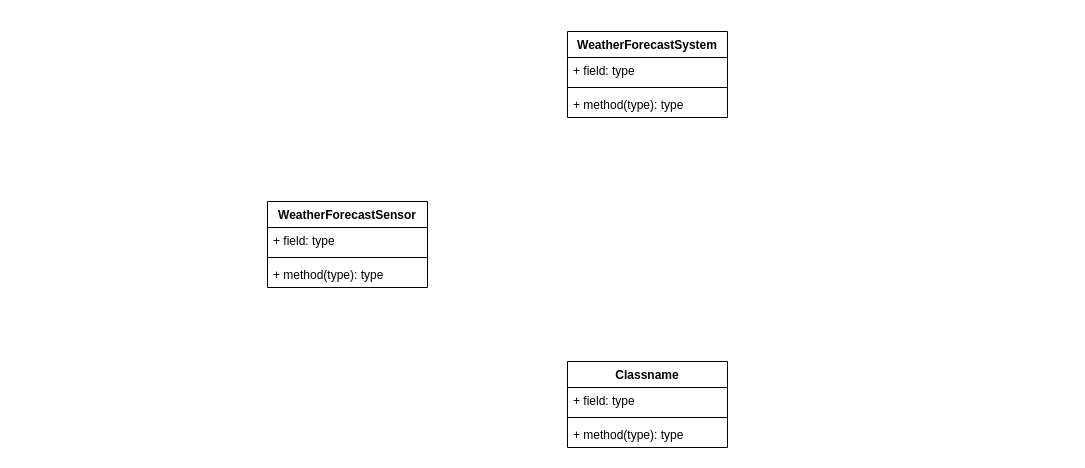
This is A6/Task1UML.drawio from Mackenzie-Beck/CS3610, a draw.io file, before an edit. Source tidied: cells renumbered, new cells numbered last; positions are measured from the earlier drawing's top-left corner, leaving out a move shared by most shapes. Both pictures are drawn from the tidied source at 100%, with x=0, y=0 at pixel (267, 31).
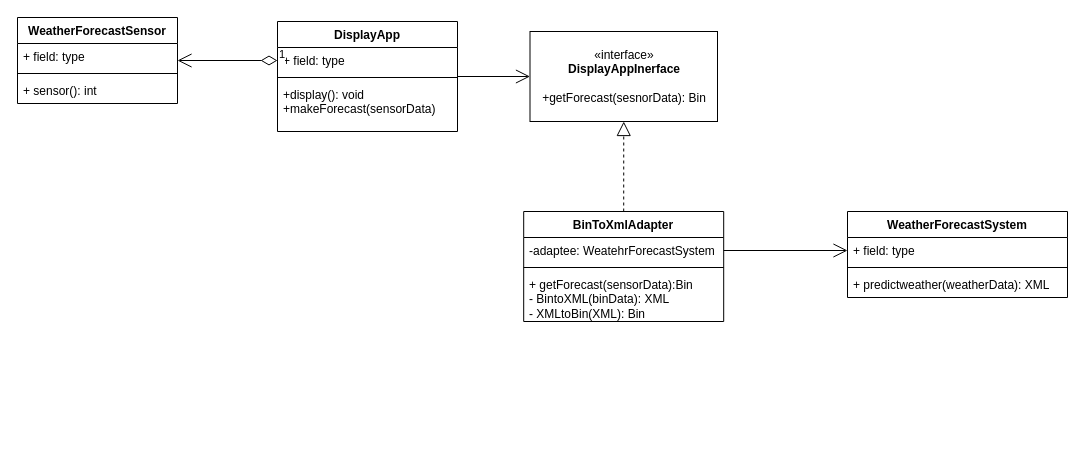
The same page after the edit.

What changed in the source:
```diff
@@
     <mxCell id="2" value="WeatherForecastSensor" style="swimlane;fontStyle=1;align=center;verticalAlign=top;horizontal=1;startSize=26;whiteSpace=wrap;html=1;" parent="1" vertex="1">
-      <mxGeometry y="170" width="160" height="86" as="geometry" />
+      <mxGeometry x="-250" y="-14" width="160" height="86" as="geometry" />
     </mxCell>
@@
-    <mxCell id="5" value="+ method(type): type" style="text;strokeColor=none;fillColor=none;align=left;verticalAlign=top;spacingLeft=4;spacingRight=4;overflow=hidden;whiteSpace=wrap;html=1;" parent="2" vertex="1">
+    <mxCell id="5" value="&lt;div&gt;+ sensor(): int&lt;/div&gt;" style="text;strokeColor=none;fillColor=none;align=left;verticalAlign=top;spacingLeft=4;spacingRight=4;overflow=hidden;whiteSpace=wrap;html=1;" parent="2" vertex="1">
       <mxGeometry y="60" width="160" height="26" as="geometry" />
     </mxCell>
     <mxCell id="6" value="&lt;div&gt;WeatherForecastSystem&lt;/div&gt;&lt;div&gt;&lt;br&gt;&lt;/div&gt;" style="swimlane;fontStyle=1;align=center;verticalAlign=top;horizontal=1;startSize=26;whiteSpace=wrap;html=1;" parent="1" vertex="1">
-      <mxGeometry x="300" width="160" height="86" as="geometry" />
+      <mxGeometry x="580" y="180" width="220" height="86" as="geometry" />
     </mxCell>
     <mxCell id="7" value="+ field: type" style="text;strokeColor=none;fillColor=none;align=left;verticalAlign=top;spacingLeft=4;spacingRight=4;overflow=hidden;points=[[0,0.5],[1,0.5]];portConstraint=eastwest;whiteSpace=wrap;html=1;" parent="6" vertex="1">
-      <mxGeometry y="26" width="160" height="26" as="geometry" />
+      <mxGeometry y="26" width="220" height="26" as="geometry" />
     </mxCell>
     <mxCell id="8" style="line;strokeWidth=1;fillColor=none;align=left;verticalAlign=middle;spacingTop=-1;spacingLeft=3;spacingRight=3;labelPosition=right;strokeColor=inherit;" parent="6" vertex="1">
-      <mxGeometry y="52" width="160" height="8" as="geometry" />
+      <mxGeometry y="52" width="220" height="8" as="geometry" />
     </mxCell>
-    <mxCell id="9" value="+ method(type): type" style="text;strokeColor=none;fillColor=none;align=left;verticalAlign=top;spacingLeft=4;spacingRight=4;overflow=hidden;whiteSpace=wrap;html=1;" parent="6" vertex="1">
-      <mxGeometry y="60" width="160" height="26" as="geometry" />
+    <mxCell id="9" value="+ predictweather(weatherData): XML" style="text;strokeColor=none;fillColor=none;align=left;verticalAlign=top;spacingLeft=4;spacingRight=4;overflow=hidden;whiteSpace=wrap;html=1;" parent="6" vertex="1">
+      <mxGeometry y="60" width="220" height="26" as="geometry" />
     </mxCell>
-    <mxCell id="10" value="Classname" style="swimlane;fontStyle=1;align=center;verticalAlign=top;horizontal=1;startSize=26;whiteSpace=wrap;html=1;" parent="1" vertex="1">
-      <mxGeometry x="300" y="330" width="160" height="86" as="geometry" />
+    <mxCell id="10" value="BinToXmlAdapter" style="swimlane;fontStyle=1;align=center;verticalAlign=top;horizontal=1;startSize=26;whiteSpace=wrap;html=1;" parent="1" vertex="1">
+      <mxGeometry x="256.2" y="180" width="200" height="110" as="geometry" />
     </mxCell>
-    <mxCell id="11" value="+ field: type" style="text;strokeColor=none;fillColor=none;align=left;verticalAlign=top;spacingLeft=4;spacingRight=4;overflow=hidden;points=[[0,0.5],[1,0.5]];portConstraint=eastwest;whiteSpace=wrap;html=1;" parent="10" vertex="1">
-      <mxGeometry y="26" width="160" height="26" as="geometry" />
+    <mxCell id="11" value="-adaptee: WeatehrForecastSystem" style="text;strokeColor=none;fillColor=none;align=left;verticalAlign=top;spacingLeft=4;spacingRight=4;overflow=hidden;points=[[0,0.5],[1,0.5]];portConstraint=eastwest;whiteSpace=wrap;html=1;" parent="10" vertex="1">
+      <mxGeometry y="26" width="200" height="26" as="geometry" />
     </mxCell>
     <mxCell id="12" style="line;strokeWidth=1;fillColor=none;align=left;verticalAlign=middle;spacingTop=-1;spacingLeft=3;spacingRight=3;labelPosition=right;strokeColor=inherit;" parent="10" vertex="1">
-      <mxGeometry y="52" width="160" height="8" as="geometry" />
+      <mxGeometry y="52" width="200" height="8" as="geometry" />
     </mxCell>
-    <mxCell id="13" value="+ method(type): type" style="text;strokeColor=none;fillColor=none;align=left;verticalAlign=top;spacingLeft=4;spacingRight=4;overflow=hidden;whiteSpace=wrap;html=1;" parent="10" vertex="1">
-      <mxGeometry y="60" width="160" height="26" as="geometry" />
+    <mxCell id="13" value="&lt;div&gt;+ getForecast(sensorData):Bin&lt;br&gt;&lt;/div&gt;&lt;div&gt;- BintoXML(binData): XML&lt;/div&gt;&lt;div&gt;- XMLtoBin(XML): Bin&lt;br&gt;&lt;/div&gt;" style="text;strokeColor=none;fillColor=none;align=left;verticalAlign=top;spacingLeft=4;spacingRight=4;overflow=hidden;whiteSpace=wrap;html=1;" parent="10" vertex="1">
+      <mxGeometry y="60" width="200" height="50" as="geometry" />
     </mxCell>
+    <mxCell id="14" value="DisplayApp" style="swimlane;fontStyle=1;align=center;verticalAlign=top;horizontal=1;startSize=26;whiteSpace=wrap;html=1;" parent="1" vertex="1">
+      <mxGeometry x="10" y="-10" width="180" height="110" as="geometry" />
+    </mxCell>
+    <mxCell id="15" value="+ field: type" style="text;strokeColor=none;fillColor=none;align=left;verticalAlign=top;spacingLeft=4;spacingRight=4;overflow=hidden;points=[[0,0.5],[1,0.5]];portConstraint=eastwest;whiteSpace=wrap;html=1;" parent="14" vertex="1">
+      <mxGeometry y="26" width="180" height="26" as="geometry" />
+    </mxCell>
+    <mxCell id="16" style="line;strokeWidth=1;fillColor=none;align=left;verticalAlign=middle;spacingTop=-1;spacingLeft=3;spacingRight=3;labelPosition=right;strokeColor=inherit;" parent="14" vertex="1">
+      <mxGeometry y="52" width="180" height="8" as="geometry" />
+    </mxCell>
+    <mxCell id="17" value="&lt;div&gt;+display(): void&lt;/div&gt;&lt;div&gt;+makeForecast(sensorData)&lt;br&gt;&lt;/div&gt;" style="text;strokeColor=none;fillColor=none;align=left;verticalAlign=top;spacingLeft=4;spacingRight=4;overflow=hidden;whiteSpace=wrap;html=1;" parent="14" vertex="1">
+      <mxGeometry y="60" width="180" height="50" as="geometry" />
+    </mxCell>
+    <mxCell id="18" value="&lt;div&gt;«interface»&lt;b&gt;&lt;br&gt;&lt;/b&gt;&lt;/div&gt;&lt;div&gt;&lt;b&gt;DisplayAppInerface&lt;/b&gt;&lt;/div&gt;&lt;div&gt;&lt;br&gt;&lt;/div&gt;&lt;div&gt;+getForecast(sesnorData): Bin&lt;br&gt;&lt;/div&gt;" style="html=1;whiteSpace=wrap;" parent="1" vertex="1">
+      <mxGeometry x="262.5" width="187.5" height="90" as="geometry" />
+    </mxCell>
+    <mxCell id="19" style="endArrow=block;dashed=1;endFill=0;endSize=12;html=1;rounded=0;exitX=0.5;exitY=0;exitDx=0;exitDy=0;entryX=0.5;entryY=1;entryDx=0;entryDy=0;" parent="1" edge="1" source="10" target="18">
+      <mxGeometry relative="1" as="geometry" />
+    </mxCell>
+    <mxCell id="20" style="endArrow=open;endFill=1;endSize=12;html=1;rounded=0;exitX=1;exitY=0.5;exitDx=0;exitDy=0;entryX=0;entryY=0.5;entryDx=0;entryDy=0;" parent="1" edge="1" source="11" target="7">
+      <mxGeometry relative="1" as="geometry" />
+    </mxCell>
+    <mxCell id="21" style="endArrow=open;endFill=1;endSize=12;html=1;rounded=0;entryX=0;entryY=0.5;entryDx=0;entryDy=0;exitX=1;exitY=0.5;exitDx=0;exitDy=0;" parent="1" edge="1" source="14" target="18">
+      <mxGeometry relative="1" as="geometry" />
+    </mxCell>
+    <mxCell id="22" value="1" style="endArrow=open;html=1;endSize=12;startArrow=diamondThin;startSize=14;startFill=0;edgeStyle=orthogonalEdgeStyle;align=left;verticalAlign=bottom;rounded=0;entryX=1;entryY=0.5;entryDx=0;entryDy=0;exitX=0;exitY=0.5;exitDx=0;exitDy=0;" parent="1" edge="1" source="15" target="2">
+      <mxGeometry x="-1" y="3" relative="1" as="geometry" />
+    </mxCell>
```
